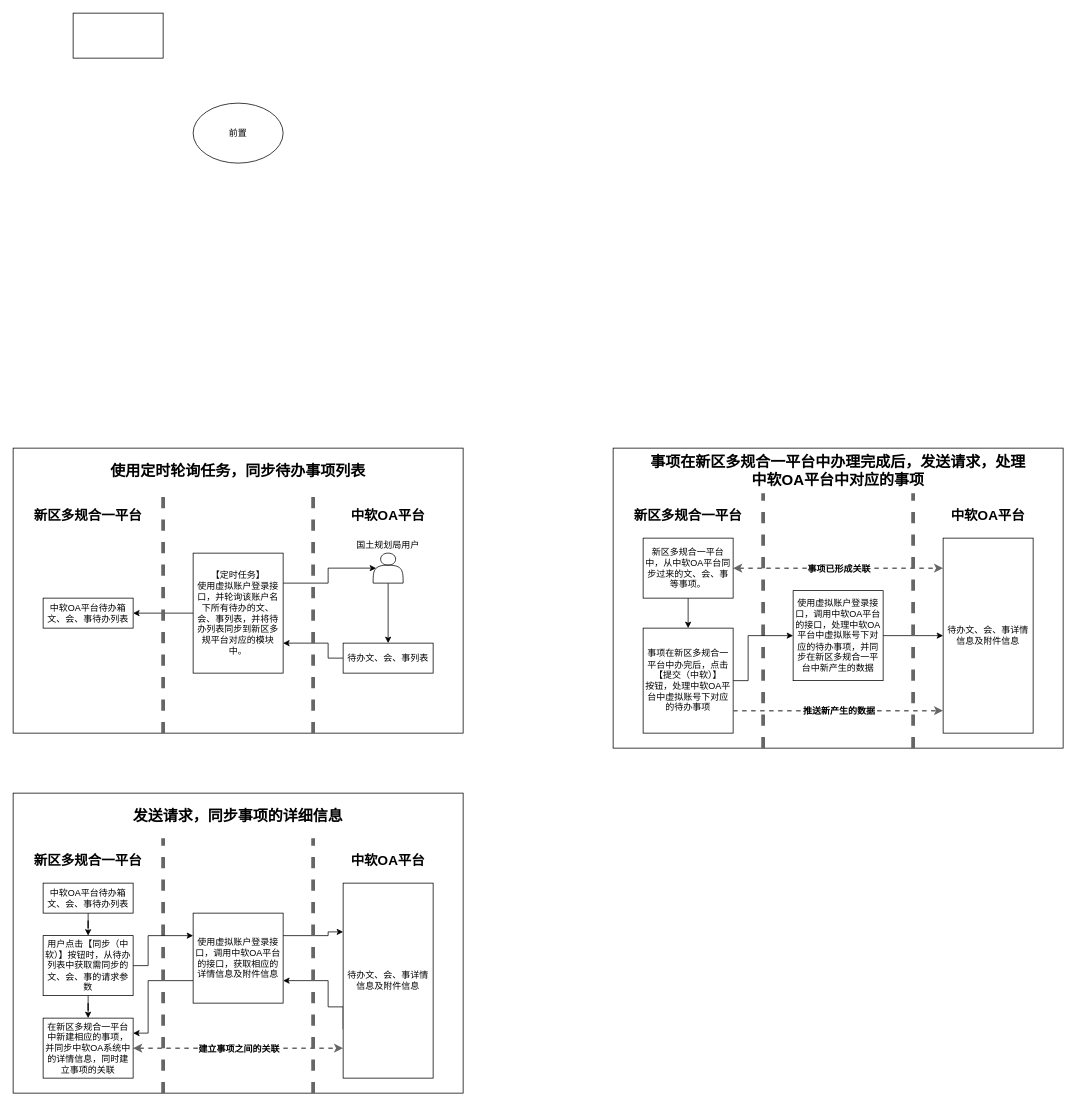
Earlier version of the draw.io diagram page "总体对接流程" (1 of 4) of 中软对接.drawio (806100963/draw.io). Source tidied: cells renumbered, new cells numbered last; positions are measured from the earlier drawing's top-left corner, leaving out a move shared by most shapes. Both pictures are drawn from the tidied source at 75%, with x=0, y=0 at pixel (13, 13).
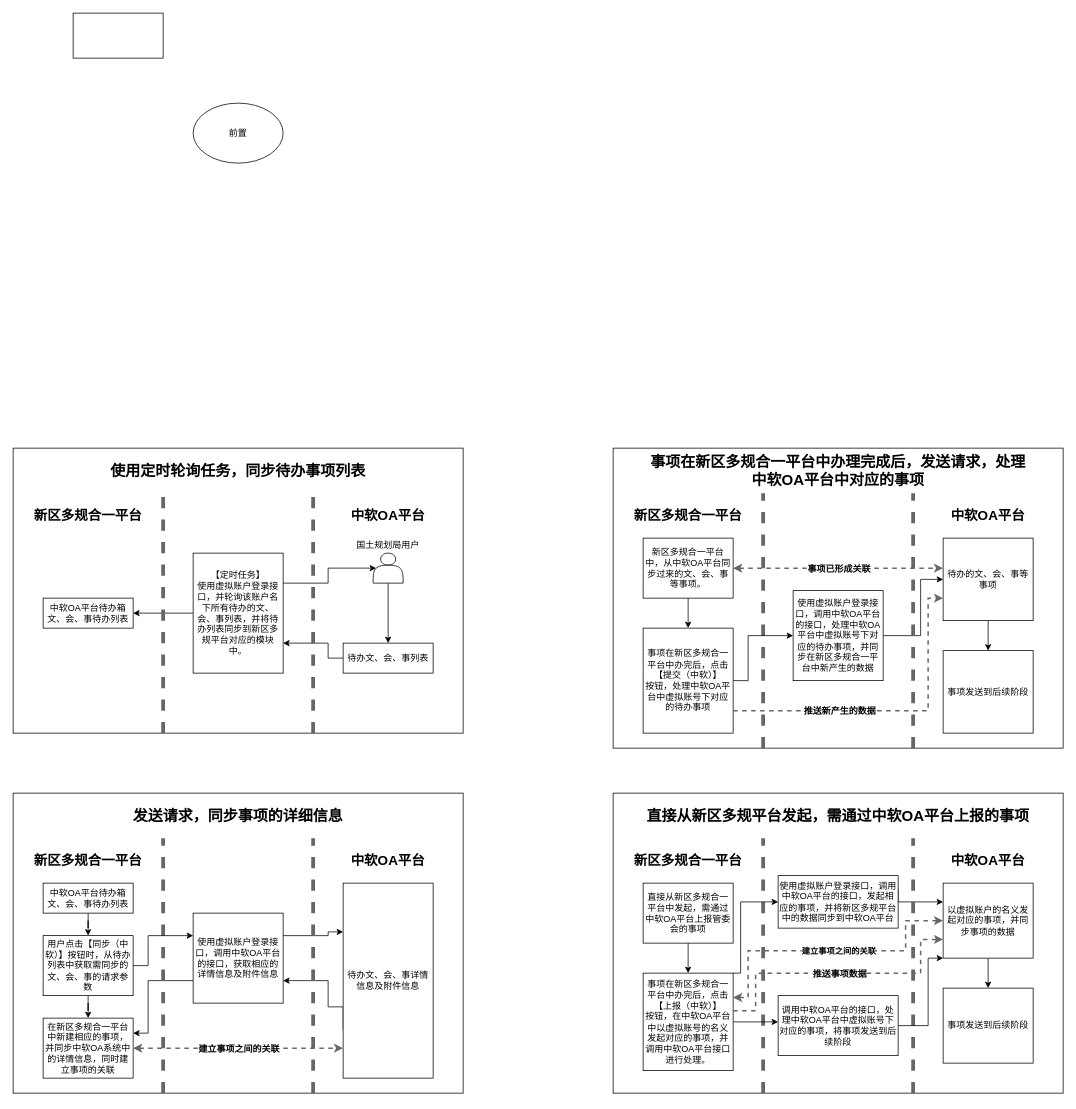
Above is the later version.

The change refers to these unchanged cells:
```xml
<mxCell id="39" value="使用虚拟账户登录接口，调用中软OA平台的接口，处理中软OA平台中虚拟账号下对应的待办事项，并同步在新区多规合一平台中新产生的数据" style="rounded=0;whiteSpace=wrap;html=1;" parent="1" vertex="1">
  <mxGeometry x="1040" y="770" width="120" height="120" as="geometry" />
</mxCell>
<mxCell id="50" value="事项在新区多规合一平台中办完后，点击【提交（中软）】&lt;br&gt;按钮，处理中软OA平台中虚拟账号下对应的待办事项" style="rounded=0;whiteSpace=wrap;html=1;" parent="1" vertex="1">
  <mxGeometry x="840" y="820" width="120" height="140" as="geometry" />
</mxCell>
```

Diff of the diagram source:
```diff
@@
+    <mxCell id="55" style="edgeStyle=orthogonalEdgeStyle;rounded=0;jettySize=auto;html=1;" parent="1" edge="1" source="37" target="73">
+      <mxGeometry relative="1" as="geometry" />
+    </mxCell>
-    <mxCell id="37" value="待办文、会、事详情信息及附件信息" style="rounded=0;whiteSpace=wrap;html=1;" parent="1" vertex="1">
-      <mxGeometry x="1240" y="700" width="120" height="260" as="geometry" />
+    <mxCell id="37" value="待办的文、会、事等事项" style="rounded=0;whiteSpace=wrap;html=1;" parent="1" vertex="1">
+      <mxGeometry x="1240" y="700" width="120" height="110" as="geometry" />
     </mxCell>
     <mxCell id="38" style="edgeStyle=orthogonalEdgeStyle;rounded=0;jettySize=auto;html=1;exitX=1;exitY=0.5;exitDx=0;exitDy=0;entryX=0;entryY=0.5;entryDx=0;entryDy=0;fontSize=12;startArrow=none;startFill=0;strokeWidth=1;" parent="1" edge="1" source="39" target="37">
       <mxGeometry relative="1" as="geometry">
         <Array as="points">
-          <mxPoint x="1230" y="830" />
-          <mxPoint x="1230" y="830" />
+          <mxPoint x="1210" y="830" />
+          <mxPoint x="1210" y="755" />
         </Array>
       </mxGeometry>
     </mxCell>
@@
     <mxCell id="53" style="edgeStyle=orthogonalEdgeStyle;rounded=0;jettySize=auto;html=1;fontSize=12;strokeWidth=2;dashed=1;startArrow=none;startFill=0;fillColor=#f5f5f5;strokeColor=#666666;" parent="1" edge="1" source="50" target="37">
       <mxGeometry relative="1" as="geometry">
         <Array as="points">
-          <mxPoint x="1020" y="930" />
-          <mxPoint x="1020" y="930" />
+          <mxPoint x="1220" y="930" />
+          <mxPoint x="1220" y="780" />
         </Array>
       </mxGeometry>
     </mxCell>
     <mxCell id="54" value="推送新产生的数据" style="edgeLabel;html=1;align=center;verticalAlign=middle;fontSize=12;fontStyle=1;" parent="53" vertex="1">
       <mxGeometry x="0.05" y="-1" relative="1" as="geometry">
-        <mxPoint x="-7" y="-1" as="offset" />
+        <mxPoint x="-85" y="-1" as="offset" />
       </mxGeometry>
     </mxCell>
+    <mxCell id="56" style="rounded=0;whiteSpace=wrap;html=1;" parent="1" vertex="1">
+      <mxGeometry x="800" y="1040" width="600" height="400" as="geometry" />
+    </mxCell>
+    <mxCell id="57" style="edgeStyle=orthogonalEdgeStyle;rounded=0;jettySize=auto;html=1;" parent="1" edge="1" source="58" target="74">
+      <mxGeometry relative="1" as="geometry" />
+    </mxCell>
+    <mxCell id="58" value="以虚拟账户的名义发起对应的事项，并同步事项的数据" style="rounded=0;whiteSpace=wrap;html=1;" parent="1" vertex="1">
+      <mxGeometry x="1240" y="1160" width="120" height="100" as="geometry" />
+    </mxCell>
+    <mxCell id="59" style="edgeStyle=orthogonalEdgeStyle;rounded=0;jettySize=auto;html=1;exitX=1;exitY=0.25;exitDx=0;exitDy=0;entryX=0;entryY=0.25;entryDx=0;entryDy=0;" parent="1" edge="1" source="60" target="58">
+      <mxGeometry relative="1" as="geometry">
+        <Array as="points">
+          <mxPoint x="1180" y="1185" />
+        </Array>
+      </mxGeometry>
+    </mxCell>
+    <mxCell id="60" value="使用虚拟账户登录接口，调用中软OA平台的接口，发起相应的事项，并将新区多规平台中的数据同步到中软OA平台" style="rounded=0;whiteSpace=wrap;html=1;" parent="1" vertex="1">
+      <mxGeometry x="1020" y="1150" width="160" height="70" as="geometry" />
+    </mxCell>
+    <mxCell id="61" style="endArrow=none;dashed=1;html=1;strokeWidth=5;fillColor=#f5f5f5;strokeColor=#666666;" parent="1" edge="1">
+      <mxGeometry relative="1" as="geometry">
+        <mxPoint x="1000" y="1440" as="sourcePoint" />
+        <mxPoint x="1000" y="1100" as="targetPoint" />
+      </mxGeometry>
+    </mxCell>
+    <mxCell id="62" style="endArrow=none;dashed=1;html=1;strokeWidth=5;fillColor=#f5f5f5;strokeColor=#666666;" parent="1" edge="1">
+      <mxGeometry relative="1" as="geometry">
+        <mxPoint x="1200" y="1440" as="sourcePoint" />
+        <mxPoint x="1200" y="1100" as="targetPoint" />
+      </mxGeometry>
+    </mxCell>
+    <mxCell id="63" value="新区多规合一平台" style="text;html=1;strokeColor=none;fillColor=none;align=center;verticalAlign=middle;whiteSpace=wrap;rounded=0;fontSize=18;fontStyle=1;" parent="1" vertex="1">
+      <mxGeometry x="825" y="1120" width="150" height="20" as="geometry" />
+    </mxCell>
+    <mxCell id="64" value="中软OA平台" style="text;html=1;strokeColor=none;fillColor=none;align=center;verticalAlign=middle;whiteSpace=wrap;rounded=0;fontSize=18;fontStyle=1;" parent="1" vertex="1">
+      <mxGeometry x="1225" y="1120" width="150" height="20" as="geometry" />
+    </mxCell>
+    <mxCell id="65" value="直接从新区多规平台发起，需通过中软OA平台上报的事项" style="text;html=1;strokeColor=none;fillColor=none;align=center;verticalAlign=middle;whiteSpace=wrap;rounded=0;fontSize=20;fontStyle=1;" parent="1" vertex="1">
+      <mxGeometry x="800" y="1040" width="600" height="60" as="geometry" />
+    </mxCell>
+    <mxCell id="66" style="edgeStyle=orthogonalEdgeStyle;rounded=0;jettySize=auto;html=1;fontSize=12;startArrow=none;startFill=0;strokeWidth=1;" parent="1" edge="1" source="67" target="70">
+      <mxGeometry relative="1" as="geometry" />
+    </mxCell>
+    <mxCell id="67" value="直接从新区多规合一平台中发起，需通过中软OA平台上报管委会的事项" style="rounded=0;whiteSpace=wrap;html=1;" parent="1" vertex="1">
+      <mxGeometry x="840" y="1160" width="120" height="80" as="geometry" />
+    </mxCell>
+    <mxCell id="68" style="edgeStyle=orthogonalEdgeStyle;rounded=0;jettySize=auto;html=1;exitX=1;exitY=0;exitDx=0;exitDy=0;entryX=0;entryY=0.5;entryDx=0;entryDy=0;fontSize=12;startArrow=none;startFill=0;strokeWidth=1;" parent="1" edge="1" source="70" target="60">
+      <mxGeometry relative="1" as="geometry">
+        <Array as="points">
+          <mxPoint x="970" y="1280" />
+          <mxPoint x="970" y="1185" />
+        </Array>
+      </mxGeometry>
+    </mxCell>
+    <mxCell id="69" style="edgeStyle=orthogonalEdgeStyle;rounded=0;jettySize=auto;html=1;exitX=1;exitY=0.5;exitDx=0;exitDy=0;" parent="1" edge="1" source="70" target="72">
+      <mxGeometry relative="1" as="geometry">
+        <Array as="points">
+          <mxPoint x="1020" y="1345" />
+          <mxPoint x="1020" y="1345" />
+        </Array>
+      </mxGeometry>
+    </mxCell>
+    <mxCell id="70" value="事项在新区多规合一平台中办完后，点击【上报（中软）】&lt;br&gt;按钮，在中软OA平台中以虚拟账号的名义发起对应的事项，并调用中软OA平台接口进行处理。" style="rounded=0;whiteSpace=wrap;html=1;" parent="1" vertex="1">
+      <mxGeometry x="840" y="1280" width="120" height="130" as="geometry" />
+    </mxCell>
+    <mxCell id="71" style="edgeStyle=orthogonalEdgeStyle;rounded=0;jettySize=auto;html=1;exitX=1;exitY=0.5;exitDx=0;exitDy=0;entryX=0;entryY=1;entryDx=0;entryDy=0;" parent="1" edge="1" source="72" target="58">
+      <mxGeometry relative="1" as="geometry">
+        <Array as="points">
+          <mxPoint x="1220" y="1350" />
+          <mxPoint x="1220" y="1260" />
+        </Array>
+      </mxGeometry>
+    </mxCell>
+    <mxCell id="72" value="调用中软OA平台的接口，处理中软OA平台中虚拟账号下对应的事项，将事项发送到后续阶段" style="rounded=0;whiteSpace=wrap;html=1;" parent="1" vertex="1">
+      <mxGeometry x="1020" y="1310" width="160" height="80" as="geometry" />
+    </mxCell>
+    <mxCell id="73" value="事项发送到后续阶段" style="rounded=0;whiteSpace=wrap;html=1;" parent="1" vertex="1">
+      <mxGeometry x="1240" y="850" width="120" height="110" as="geometry" />
+    </mxCell>
+    <mxCell id="74" value="事项发送到后续阶段" style="rounded=0;whiteSpace=wrap;html=1;" parent="1" vertex="1">
+      <mxGeometry x="1240" y="1300" width="120" height="100" as="geometry" />
+    </mxCell>
+    <mxCell id="75" style="edgeStyle=orthogonalEdgeStyle;rounded=0;jettySize=auto;html=1;exitX=1;exitY=0.25;exitDx=0;exitDy=0;fontSize=12;strokeWidth=2;dashed=1;startArrow=classic;startFill=1;fillColor=#f5f5f5;strokeColor=#666666;entryX=0;entryY=0.5;entryDx=0;entryDy=0;" parent="1" edge="1" source="70" target="58">
+      <mxGeometry relative="1" as="geometry">
+        <Array as="points">
+          <mxPoint x="980" y="1313" />
+          <mxPoint x="980" y="1250" />
+          <mxPoint x="1190" y="1250" />
+          <mxPoint x="1190" y="1210" />
+        </Array>
+      </mxGeometry>
+    </mxCell>
+    <mxCell id="76" value="建立事项之间的关联" style="edgeLabel;html=1;align=center;verticalAlign=middle;fontStyle=1;" parent="75" vertex="1">
+      <mxGeometry x="-0.13" y="-1" relative="1" as="geometry">
+        <mxPoint x="37" y="-1" as="offset" />
+      </mxGeometry>
+    </mxCell>
+    <mxCell id="77" style="edgeStyle=orthogonalEdgeStyle;rounded=0;jettySize=auto;html=1;fontSize=12;strokeWidth=2;dashed=1;startArrow=none;startFill=0;fillColor=#f5f5f5;strokeColor=#666666;entryX=0;entryY=0.75;entryDx=0;entryDy=0;" parent="1" edge="1" target="58">
+      <mxGeometry relative="1" as="geometry">
+        <mxPoint x="960" y="1330" as="sourcePoint" />
+        <Array as="points">
+          <mxPoint x="990" y="1330" />
+          <mxPoint x="990" y="1280" />
+          <mxPoint x="1210" y="1280" />
+          <mxPoint x="1210" y="1235" />
+        </Array>
+      </mxGeometry>
+    </mxCell>
+    <mxCell id="78" value="推送事项数据" style="edgeLabel;html=1;align=center;verticalAlign=middle;fontSize=12;fontStyle=1;" parent="77" vertex="1">
+      <mxGeometry x="0.05" y="-1" relative="1" as="geometry">
+        <mxPoint x="-6" y="-1" as="offset" />
+      </mxGeometry>
+    </mxCell>
```
